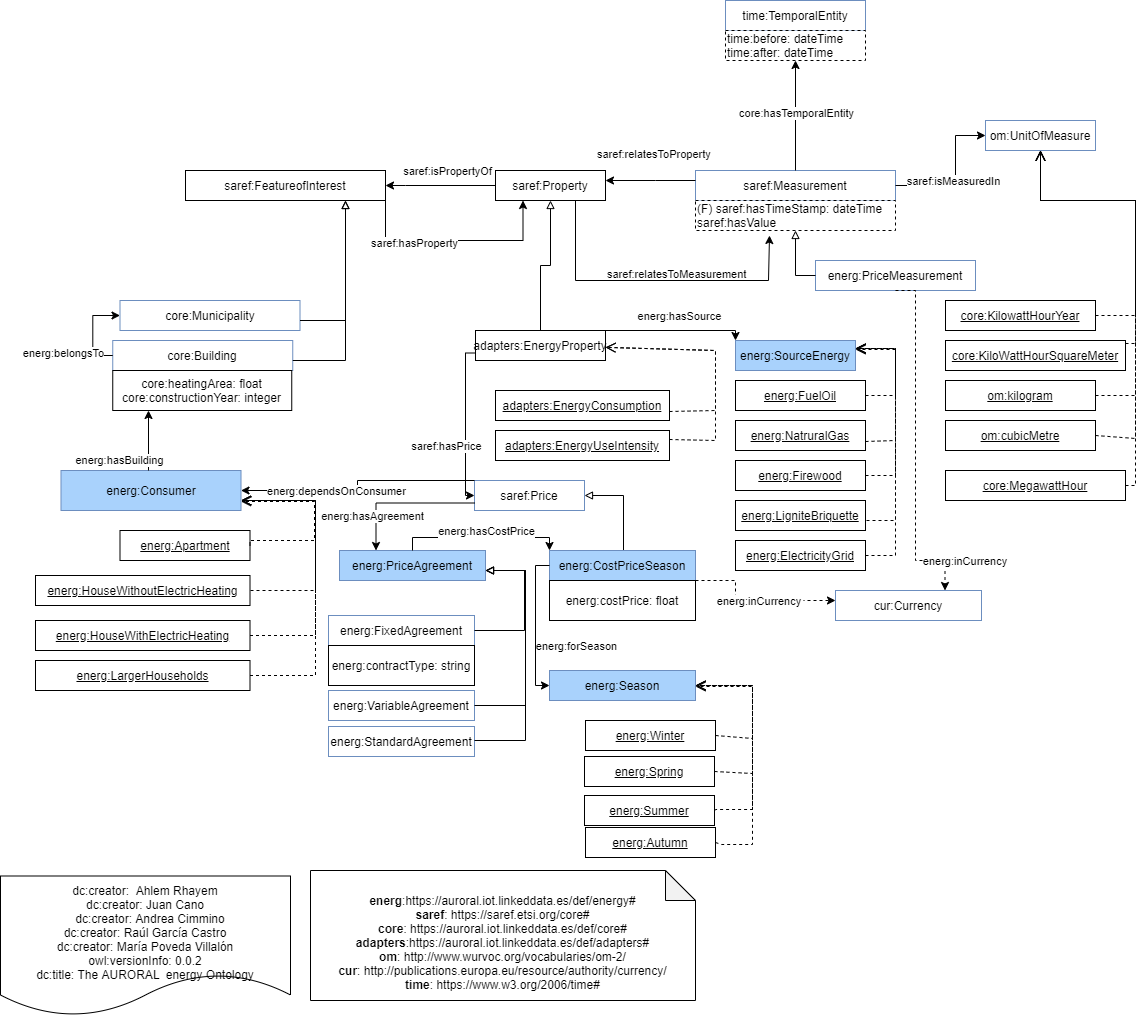
Above: diagram/energy.png in oeg-upm/auroral-energy-ontology (draw.io), before the change. Source tidied: cells renumbered, new cells last; positions are measured from the earlier drawing's top-left corner, leaving out a move shared by most shapes.
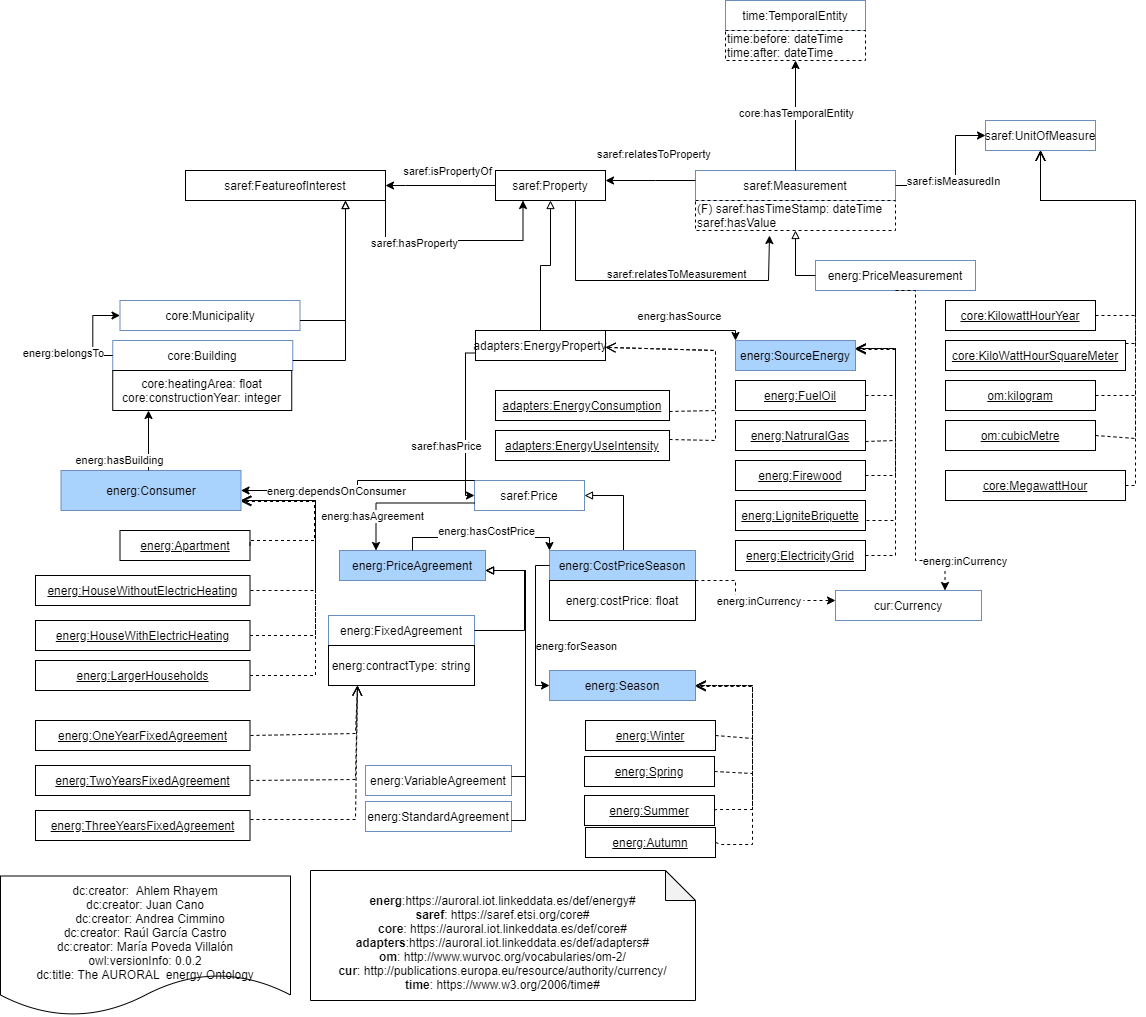
Later version of the same file.

The edit, as a diff of the source:
```diff
@@ -154,7 +154,7 @@
         </Array>
       </mxGeometry>
     </mxCell>
-    <mxCell id="35" value="om:UnitOfMeasure" style="rounded=0;whiteSpace=wrap;html=1;fillColor=#FFFFFF;strokeColor=#6c8ebf;" parent="1" vertex="1">
+    <mxCell id="35" value="saref:UnitOfMeasure" style="rounded=0;whiteSpace=wrap;html=1;fillColor=#FFFFFF;strokeColor=#6c8ebf;" parent="1" vertex="1">
       <mxGeometry x="985" y="120" width="110" height="30" as="geometry" />
     </mxCell>
     <mxCell id="36" style="edgeStyle=orthogonalEdgeStyle;rounded=0;jettySize=auto;html=1;endArrow=classic;endFill=1;exitX=1;exitY=0.5;exitDx=0;exitDy=0;" parent="1" edge="1" source="33" target="35">
@@ -420,10 +420,10 @@
       <mxGeometry x="328" y="615" width="146" height="30" as="geometry" />
     </mxCell>
     <mxCell id="82" value="energ:VariableAgreement" style="rounded=0;whiteSpace=wrap;html=1;fillColor=#FFFFFF;strokeColor=#6c8ebf;" parent="1" vertex="1">
-      <mxGeometry x="328" y="690" width="146" height="30" as="geometry" />
+      <mxGeometry x="365" y="765" width="146" height="30" as="geometry" />
     </mxCell>
     <mxCell id="83" value="energ:StandardAgreement" style="rounded=0;whiteSpace=wrap;html=1;fillColor=#FFFFFF;strokeColor=#6c8ebf;" parent="1" vertex="1">
-      <mxGeometry x="328" y="726" width="146" height="30" as="geometry" />
+      <mxGeometry x="365" y="801" width="146" height="30" as="geometry" />
     </mxCell>
     <mxCell id="84" style="edgeStyle=orthogonalEdgeStyle;rounded=0;jettySize=auto;html=1;endArrow=block;endFill=0;" parent="1" edge="1" source="81" target="80">
       <mxGeometry relative="1" as="geometry">
@@ -436,7 +436,7 @@
     <mxCell id="85" style="edgeStyle=orthogonalEdgeStyle;rounded=0;jettySize=auto;html=1;endArrow=block;endFill=0;" parent="1" edge="1" source="82" target="80">
       <mxGeometry relative="1" as="geometry">
         <Array as="points">
-          <mxPoint x="525" y="705" />
+          <mxPoint x="525" y="776" />
           <mxPoint x="525" y="570" />
         </Array>
       </mxGeometry>
@@ -444,7 +444,7 @@
     <mxCell id="86" style="edgeStyle=orthogonalEdgeStyle;rounded=0;jettySize=auto;html=1;endArrow=block;endFill=0;" parent="1" edge="1" source="83" target="80">
       <mxGeometry relative="1" as="geometry">
         <Array as="points">
-          <mxPoint x="525" y="740" />
+          <mxPoint x="525" y="820" />
           <mxPoint x="525" y="570" />
         </Array>
       </mxGeometry>
@@ -539,5 +539,35 @@
     <mxCell id="105" value="time:before: dateTime&lt;br&gt;time:after: dateTime" style="rounded=0;whiteSpace=wrap;html=1;snapToPoint=1;points=[[0.1,0],[0.2,0],[0.3,0],[0.4,0],[0.5,0],[0.6,0],[0.7,0],[0.8,0],[0.9,0],[0,0.1],[0,0.3],[0,0.5],[0,0.7],[0,0.9],[0.1,1],[0.2,1],[0.3,1],[0.4,1],[0.5,1],[0.6,1],[0.7,1],[0.8,1],[0.9,1],[1,0.1],[1,0.3],[1,0.5],[1,0.7],[1,0.9]];dashed=1;align=left;" parent="1" vertex="1">
       <mxGeometry x="725" y="30" width="140" height="30" as="geometry" />
     </mxCell>
+    <mxCell id="106" value="&lt;u&gt;energ:OneYearFixedAgreement&lt;/u&gt;" style="rounded=0;whiteSpace=wrap;html=1;snapToPoint=1;points=[[0.1,0],[0.2,0],[0.3,0],[0.4,0],[0.5,0],[0.6,0],[0.7,0],[0.8,0],[0.9,0],[0,0.1],[0,0.3],[0,0.5],[0,0.7],[0,0.9],[0.1,1],[0.2,1],[0.3,1],[0.4,1],[0.5,1],[0.6,1],[0.7,1],[0.8,1],[0.9,1],[1,0.1],[1,0.3],[1,0.5],[1,0.7],[1,0.9]];" parent="1" vertex="1">
+      <mxGeometry x="35" y="720" width="214.5" height="30" as="geometry" />
+    </mxCell>
+    <mxCell id="107" value="&lt;u&gt;energ:Two&lt;/u&gt;&lt;u&gt;YearsFixedAgreement&lt;/u&gt;" style="rounded=0;whiteSpace=wrap;html=1;snapToPoint=1;points=[[0.1,0],[0.2,0],[0.3,0],[0.4,0],[0.5,0],[0.6,0],[0.7,0],[0.8,0],[0.9,0],[0,0.1],[0,0.3],[0,0.5],[0,0.7],[0,0.9],[0.1,1],[0.2,1],[0.3,1],[0.4,1],[0.5,1],[0.6,1],[0.7,1],[0.8,1],[0.9,1],[1,0.1],[1,0.3],[1,0.5],[1,0.7],[1,0.9]];" parent="1" vertex="1">
+      <mxGeometry x="35" y="765" width="214.5" height="30" as="geometry" />
+    </mxCell>
+    <mxCell id="108" value="&lt;u&gt;energ:ThreeYearsFixedAgreement&lt;/u&gt;" style="rounded=0;whiteSpace=wrap;html=1;snapToPoint=1;points=[[0.1,0],[0.2,0],[0.3,0],[0.4,0],[0.5,0],[0.6,0],[0.7,0],[0.8,0],[0.9,0],[0,0.1],[0,0.3],[0,0.5],[0,0.7],[0,0.9],[0.1,1],[0.2,1],[0.3,1],[0.4,1],[0.5,1],[0.6,1],[0.7,1],[0.8,1],[0.9,1],[1,0.1],[1,0.3],[1,0.5],[1,0.7],[1,0.9]];" parent="1" vertex="1">
+      <mxGeometry x="35" y="810" width="214.5" height="30" as="geometry" />
+    </mxCell>
+    <mxCell id="109" style="endArrow=open;html=1;fontColor=#000099;endFill=0;dashed=1;endSize=8;edgeStyle=orthogonalEdgeStyle;arcSize=0;" parent="1" edge="1" source="108" target="87">
+      <mxGeometry relative="1" as="geometry">
+        <Array as="points">
+          <mxPoint x="355" y="819" />
+        </Array>
+      </mxGeometry>
+    </mxCell>
+    <mxCell id="110" style="endArrow=open;html=1;fontColor=#000099;endFill=0;dashed=1;endSize=8;edgeStyle=orthogonalEdgeStyle;arcSize=0;" parent="1" edge="1" source="107" target="87">
+      <mxGeometry relative="1" as="geometry">
+        <Array as="points">
+          <mxPoint x="355" y="779" />
+        </Array>
+      </mxGeometry>
+    </mxCell>
+    <mxCell id="111" style="endArrow=open;html=1;fontColor=#000099;endFill=0;dashed=1;endSize=8;edgeStyle=orthogonalEdgeStyle;arcSize=0;" parent="1" edge="1" source="106" target="87">
+      <mxGeometry relative="1" as="geometry">
+        <Array as="points">
+          <mxPoint x="355" y="733" />
+        </Array>
+      </mxGeometry>
+    </mxCell>
   </root>
 </mxGraphModel>
```
